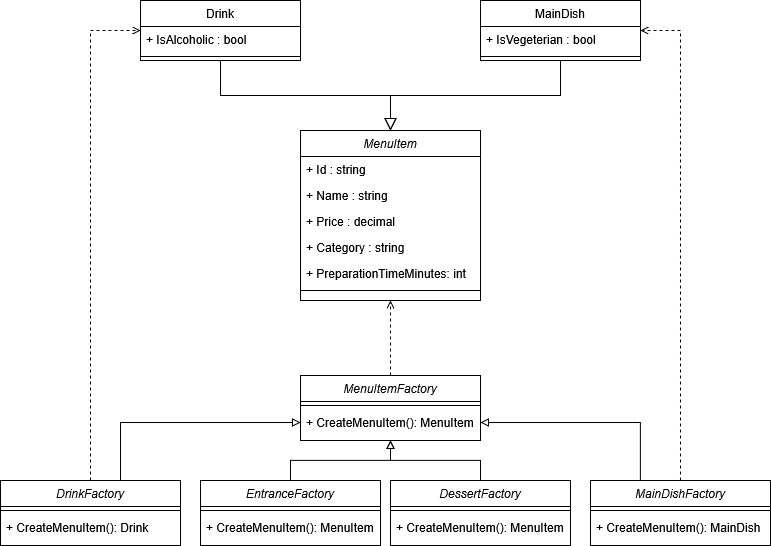
Before: FactoryPattern.png, a diagram exported from draw.io (Emeric-Sauthier/design-patterns-api-restaurant). Source tidied: cells renumbered, new cells last; positions are measured from the earlier drawing's top-left corner, leaving out a move shared by most shapes.
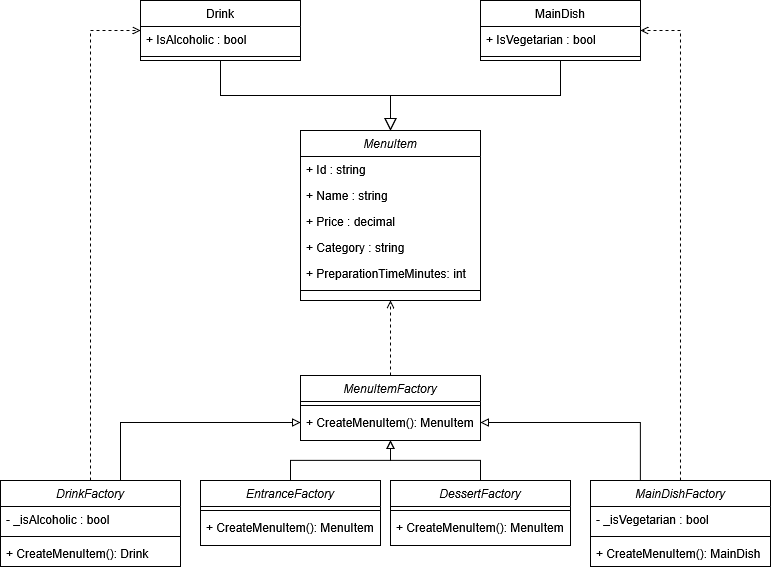
After the commit.

Commit message:
Modification diagramme Factory

The edit, as a diff of the source:
```diff
@@ -26,7 +26,7 @@
     <mxCell id="9" value="MainDish" style="swimlane;fontStyle=0;align=center;verticalAlign=top;horizontal=1;startSize=26;rounded=0;shadow=0;strokeWidth=1;" parent="1" vertex="1">
       <mxGeometry x="480" width="160" height="60" as="geometry" />
     </mxCell>
-    <mxCell id="10" value="+ IsVegeterian : bool" style="text;align=left;verticalAlign=top;spacingLeft=4;spacingRight=4;overflow=hidden;" parent="9" vertex="1">
+    <mxCell id="10" value="+ IsVegetarian : bool" style="text;align=left;verticalAlign=top;spacingLeft=4;spacingRight=4;overflow=hidden;" parent="9" vertex="1">
       <mxGeometry y="26" width="160" height="26" as="geometry" />
     </mxCell>
     <mxCell id="11" style="line;html=1;strokeWidth=1;align=left;verticalAlign=middle;spacingTop=-1;spacingLeft=3;spacingRight=3;labelPosition=right;" parent="9" vertex="1">
@@ -68,13 +68,16 @@
       </mxGeometry>
     </mxCell>
     <mxCell id="22" value="DrinkFactory" style="swimlane;fontStyle=2;align=center;verticalAlign=top;horizontal=1;startSize=26;rounded=0;shadow=0;strokeWidth=1;" parent="1" vertex="1">
-      <mxGeometry y="480" width="180" height="65" as="geometry" />
+      <mxGeometry y="480" width="180" height="86" as="geometry" />
     </mxCell>
+    <mxCell id="39" value="- _isAlcoholic : bool" style="text;align=left;verticalAlign=top;spacingLeft=4;spacingRight=4;overflow=hidden;rounded=0;shadow=0;html=0;" parent="22" vertex="1">
+      <mxGeometry y="26" width="180" height="26" as="geometry" />
+    </mxCell>
     <mxCell id="23" style="line;html=1;strokeWidth=1;align=left;verticalAlign=middle;spacingTop=-1;spacingLeft=3;spacingRight=3;labelPosition=right;" parent="22" vertex="1">
-      <mxGeometry y="26" width="180" height="8" as="geometry" />
+      <mxGeometry y="52" width="180" height="8" as="geometry" />
     </mxCell>
     <mxCell id="24" value="+ CreateMenuItem(): Drink" style="text;align=left;verticalAlign=top;spacingLeft=4;spacingRight=4;overflow=hidden;rounded=0;shadow=0;html=0;" parent="22" vertex="1">
-      <mxGeometry y="34" width="180" height="26" as="geometry" />
+      <mxGeometry y="60" width="180" height="26" as="geometry" />
     </mxCell>
     <mxCell id="25" style="edgeStyle=orthogonalEdgeStyle;rounded=0;jettySize=auto;html=1;exitX=0.5;exitY=0;exitDx=0;exitDy=0;entryX=0.5;entryY=1;entryDx=0;entryDy=0;endArrow=block;endFill=0;" parent="1" edge="1" source="26" target="18">
       <mxGeometry relative="1" as="geometry" />
@@ -112,13 +115,16 @@
       <mxGeometry relative="1" as="geometry" />
     </mxCell>
     <mxCell id="35" value="MainDishFactory" style="swimlane;fontStyle=2;align=center;verticalAlign=top;horizontal=1;startSize=26;rounded=0;shadow=0;strokeWidth=1;" parent="1" vertex="1">
-      <mxGeometry x="590" y="480" width="180" height="65" as="geometry" />
+      <mxGeometry x="590" y="480" width="180" height="86" as="geometry" />
     </mxCell>
+    <mxCell id="40" value="- _isVegetarian : bool" style="text;align=left;verticalAlign=top;spacingLeft=4;spacingRight=4;overflow=hidden;rounded=0;shadow=0;html=0;" parent="35" vertex="1">
+      <mxGeometry y="26" width="180" height="26" as="geometry" />
+    </mxCell>
     <mxCell id="36" style="line;html=1;strokeWidth=1;align=left;verticalAlign=middle;spacingTop=-1;spacingLeft=3;spacingRight=3;labelPosition=right;" parent="35" vertex="1">
-      <mxGeometry y="26" width="180" height="8" as="geometry" />
+      <mxGeometry y="52" width="180" height="8" as="geometry" />
     </mxCell>
     <mxCell id="37" value="+ CreateMenuItem(): MainDish" style="text;align=left;verticalAlign=top;spacingLeft=4;spacingRight=4;overflow=hidden;rounded=0;shadow=0;html=0;" parent="35" vertex="1">
-      <mxGeometry y="34" width="180" height="26" as="geometry" />
+      <mxGeometry y="60" width="180" height="26" as="geometry" />
     </mxCell>
     <mxCell id="38" style="edgeStyle=orthogonalEdgeStyle;rounded=0;jettySize=auto;html=1;exitX=0.5;exitY=0;exitDx=0;exitDy=0;entryX=0;entryY=0.5;entryDx=0;entryDy=0;dashed=1;endArrow=open;endFill=0;" parent="1" edge="1" source="22" target="13">
       <mxGeometry relative="1" as="geometry" />
```
